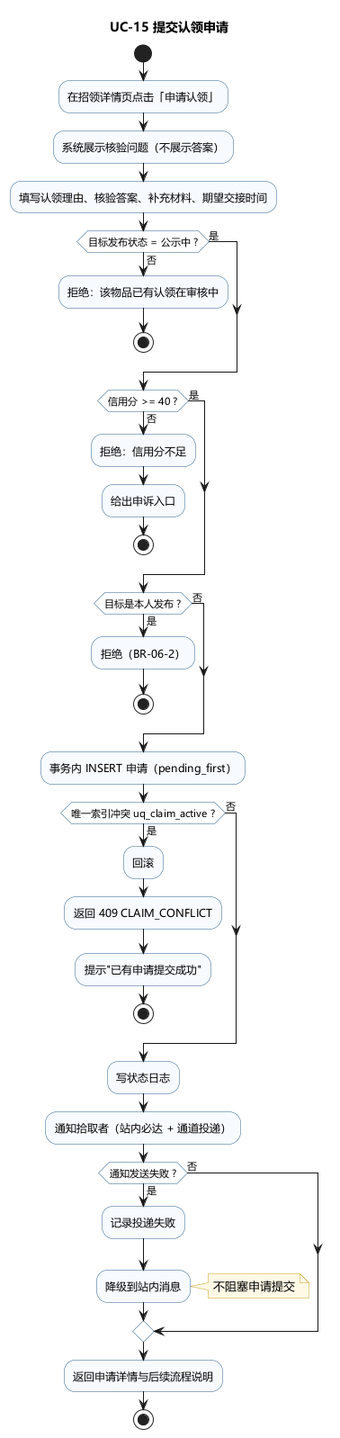
Before: docs/assets/act-uc15-submit-claim.png, a diagram exported from PlantUML (phao90016-jpg/Tongji-campus-lost-found). Its diagram source:
```plantuml
@startuml act-uc15-submit-claim
title UC-15 提交认领申请

skinparam defaultFontName "Microsoft YaHei"
skinparam shadowing false
skinparam activity {
  BackgroundColor #F7FBFF
  BorderColor #2C5F8A
  DiamondBackgroundColor #FFFFFF
}
skinparam note {
  BackgroundColor #FFF9E6
  BorderColor #C9A227
}

start

:在招领详情页点击「申请认领」;
:系统展示核验问题（不展示答案）;
:填写认领理由、核验答案、补充材料、期望交接时间;

if (目标发布状态 = 公示中 ?) then (否)
  :拒绝：该物品已有认领在审核中;
  stop
else (是)
endif

if (信用分 >= 40 ?) then (否)
  :拒绝：信用分不足;
  :给出申诉入口;
  stop
else (是)
endif

if (目标是本人发布 ?) then (是)
  :拒绝（BR-06-2）;
  stop
else (否)
endif

:事务内 INSERT 申请（pending_first）;

if (唯一索引冲突 uq_claim_active ?) then (是)
  :回滚;
  :返回 409 CLAIM_CONFLICT;
  :提示"已有申请提交成功";
  stop
else (否)
endif

:写状态日志;
:通知拾取者（站内必达 + 通道投递）;
if (通知发送失败 ?) then (是)
  :记录投递失败;
  :降级到站内消息;
  note right : 不阻塞申请提交
else (否)
endif

:返回申请详情与后续流程说明;
stop

@enduml
```
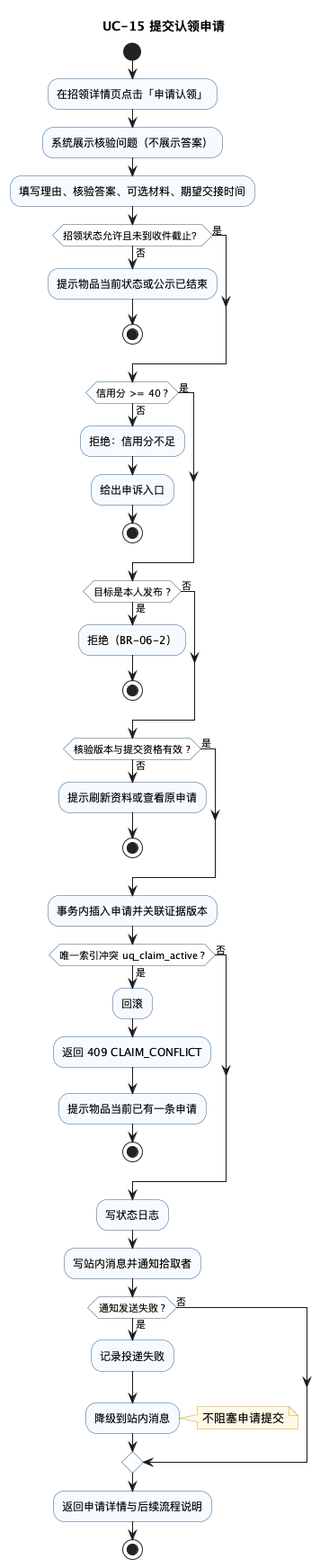
After the commit.

What changed in the source:
```diff
@@ -1,4 +1,5 @@
 @startuml act-uc15-submit-claim
+!pragma layout smetana
 title UC-15 提交认领申请
 
 skinparam defaultFontName "Microsoft YaHei"
@@ -17,10 +18,10 @@
 
 :在招领详情页点击「申请认领」;
 :系统展示核验问题（不展示答案）;
-:填写认领理由、核验答案、补充材料、期望交接时间;
+:填写理由、核验答案、可选材料、期望交接时间;
 
-if (目标发布状态 = 公示中 ?) then (否)
-  :拒绝：该物品已有认领在审核中;
+if (招领状态允许且未到收件截止？) then (否)
+  :提示物品当前状态或公示已结束;
   stop
 else (是)
 endif
@@ -38,18 +39,23 @@
 else (否)
 endif
 
-:事务内 INSERT 申请（pending_first）;
+if (核验版本与提交资格有效 ?) then (否)
+  :提示刷新资料或查看原申请;
+  stop
+else (是)
+endif
+:事务内插入申请并关联证据版本;
 
 if (唯一索引冲突 uq_claim_active ?) then (是)
   :回滚;
   :返回 409 CLAIM_CONFLICT;
-  :提示"已有申请提交成功";
+  :提示物品当前已有一条申请;
   stop
 else (否)
 endif
 
 :写状态日志;
-:通知拾取者（站内必达 + 通道投递）;
+:写站内消息并通知拾取者;
 if (通知发送失败 ?) then (是)
   :记录投递失败;
   :降级到站内消息;
```
